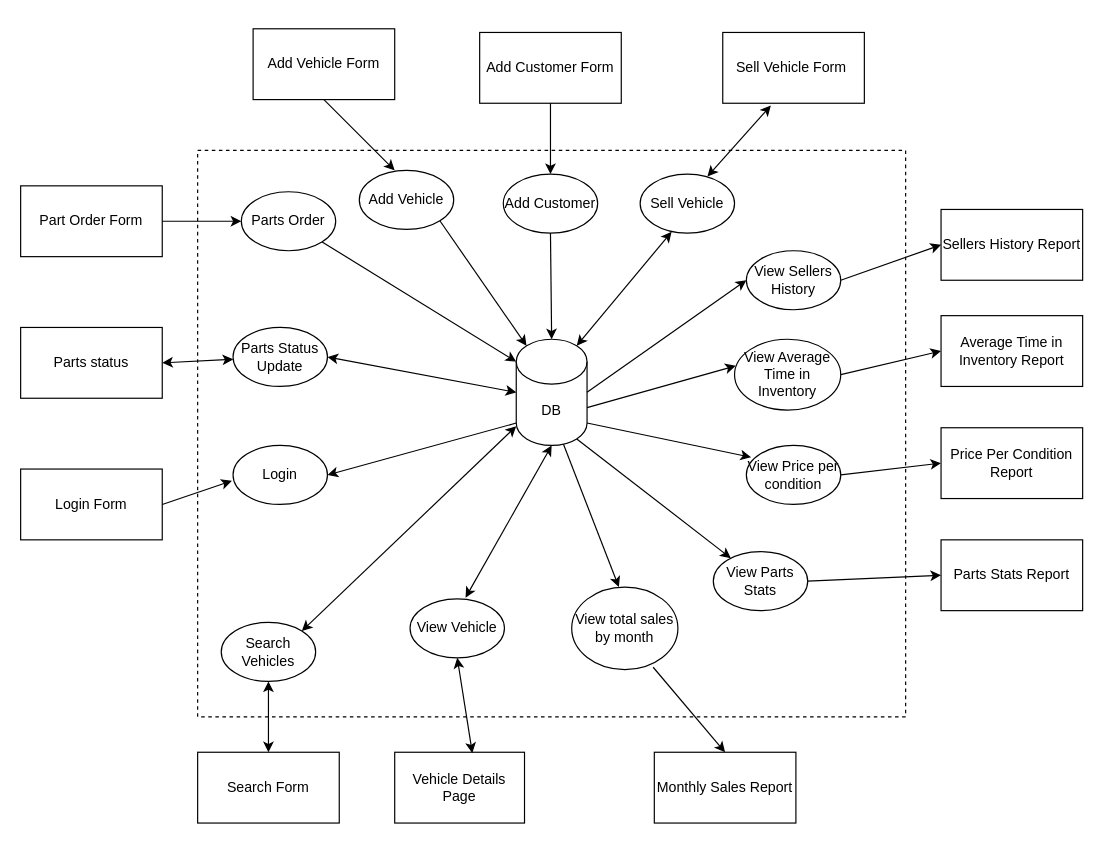
Above: Phase_1/team006_p1_ifd.drawio in rkang427/autodb (draw.io), before the change. Source tidied: cells renumbered, new cells numbered last; positions are measured from the earlier drawing's top-left corner, leaving out a move shared by most shapes. Both pictures are drawn from the tidied source at 118%, with x=0, y=0 at pixel (20, 28).
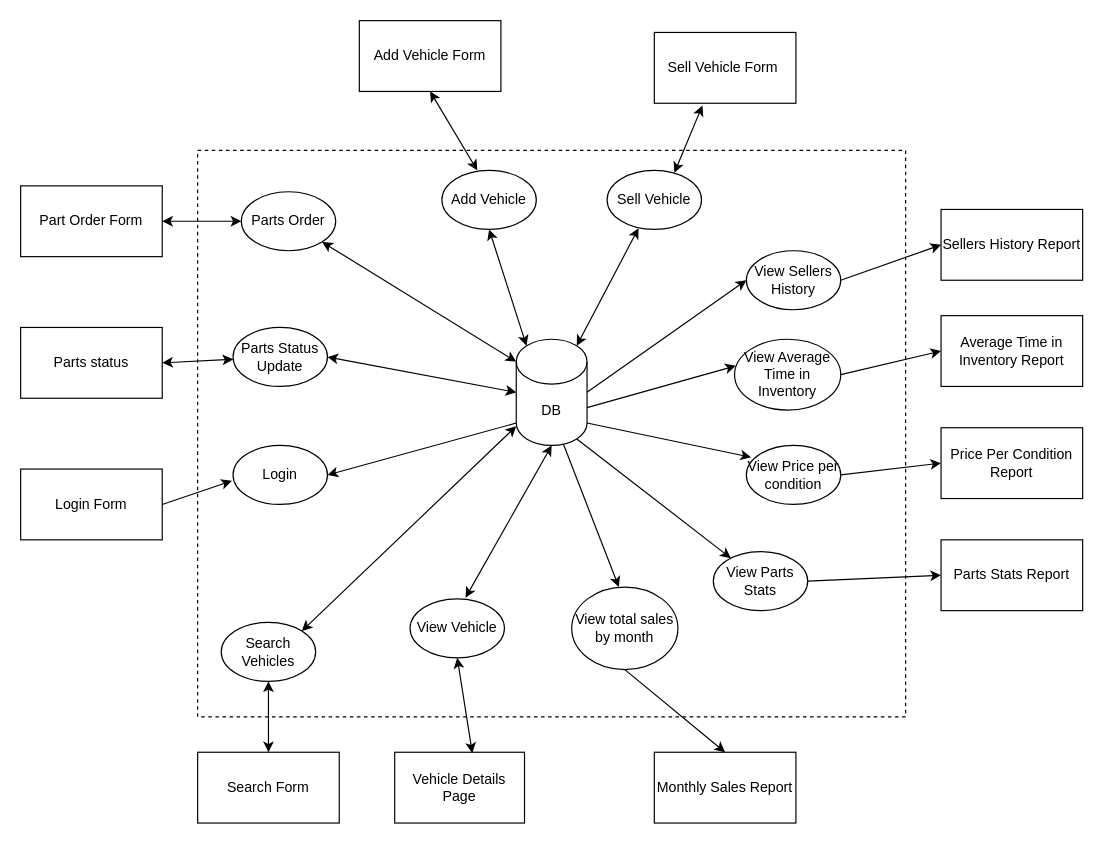
After the change.

Commit message (it also covers changes not shown here):
remove Add Customer as a subtask, also added double pointers to/from database

The change refers to these unchanged cells:
```xml
<mxCell id="2" value="DB" style="shape=cylinder3;whiteSpace=wrap;html=1;boundedLbl=1;backgroundOutline=1;size=19;" parent="1" vertex="1">
  <mxGeometry x="420" y="263" width="60" height="90" as="geometry" />
</mxCell>
<mxCell id="9" value="Part Order Form" style="rounded=0;whiteSpace=wrap;html=1;" parent="1" vertex="1">
  <mxGeometry y="133" width="120" height="60" as="geometry" />
</mxCell>
<mxCell id="10" value="Parts Order" style="ellipse;whiteSpace=wrap;html=1;" parent="1" vertex="1">
  <mxGeometry x="187" y="138" width="80" height="50" as="geometry" />
</mxCell>
<mxCell id="48" value="View total sales by month" style="ellipse;whiteSpace=wrap;html=1;" parent="1" vertex="1">
  <mxGeometry x="467" y="473" width="90" height="70" as="geometry" />
</mxCell>
<mxCell id="49" value="Monthly Sales Report" style="rounded=0;whiteSpace=wrap;html=1;" parent="1" vertex="1">
  <mxGeometry x="537" y="613" width="120" height="60" as="geometry" />
</mxCell>
```

Diff of the diagram source:
```diff
@@
-    <mxCell id="11" style="endArrow=classic;html=1;rounded=0;exitX=1;exitY=0.5;exitDx=0;exitDy=0;entryX=0;entryY=0.5;entryDx=0;entryDy=0;" parent="1" edge="1" source="9" target="10">
+    <mxCell id="11" style="endArrow=classic;html=1;rounded=0;exitX=1;exitY=0.5;exitDx=0;exitDy=0;entryX=0;entryY=0.5;entryDx=0;entryDy=0;startArrow=classic;startFill=1;" parent="1" edge="1" source="9" target="10">
       <mxGeometry relative="1" as="geometry" />
     </mxCell>
     <mxCell id="12" value="Add Vehicle Form" style="rounded=0;whiteSpace=wrap;html=1;" parent="1" vertex="1">
-      <mxGeometry x="197" y="-0.1" width="120" height="60" as="geometry" />
+      <mxGeometry x="287" y="-7" width="120" height="60" as="geometry" />
     </mxCell>
     <mxCell id="13" value="Add Vehicle" style="ellipse;whiteSpace=wrap;html=1;" parent="1" vertex="1">
-      <mxGeometry x="287" y="119.9" width="80" height="50" as="geometry" />
+      <mxGeometry x="357" y="119.9" width="80" height="50" as="geometry" />
     </mxCell>
-    <mxCell id="14" style="endArrow=classic;html=1;rounded=0;exitX=0.5;exitY=1;exitDx=0;exitDy=0;entryX=0.375;entryY=0;entryDx=0;entryDy=0;entryPerimeter=0;" parent="1" edge="1" source="12" target="13">
+    <mxCell id="14" style="endArrow=classic;html=1;rounded=0;exitX=0.5;exitY=1;exitDx=0;exitDy=0;entryX=0.375;entryY=0;entryDx=0;entryDy=0;entryPerimeter=0;startArrow=classic;startFill=1;" parent="1" edge="1" source="12" target="13">
       <mxGeometry relative="1" as="geometry" />
     </mxCell>
-    <mxCell id="15" style="endArrow=classic;html=1;rounded=0;exitX=1;exitY=1;exitDx=0;exitDy=0;entryX=0.145;entryY=0;entryDx=0;entryDy=5.51;entryPerimeter=0;" parent="1" edge="1" source="13" target="2">
+    <mxCell id="15" style="endArrow=classic;html=1;rounded=0;entryX=0.145;entryY=0;entryDx=0;entryDy=5.51;entryPerimeter=0;startArrow=classic;startFill=1;exitX=0.5;exitY=1;exitDx=0;exitDy=0;" parent="1" edge="1" source="13" target="2">
       <mxGeometry relative="1" as="geometry" />
     </mxCell>
     <mxCell id="16" value="Sell Vehicle Form&amp;nbsp;" style="rounded=0;whiteSpace=wrap;html=1;" parent="1" vertex="1">
-      <mxGeometry x="595" y="3" width="120" height="60" as="geometry" />
+      <mxGeometry x="537" y="3" width="120" height="60" as="geometry" />
     </mxCell>
     <mxCell id="17" value="Sell Vehicle" style="ellipse;whiteSpace=wrap;html=1;" parent="1" vertex="1">
-      <mxGeometry x="525" y="123" width="80" height="50" as="geometry" />
+      <mxGeometry x="497" y="119.9" width="80" height="50" as="geometry" />
     </mxCell>
@@
-    <mxCell id="39" style="endArrow=classic;html=1;rounded=0;entryX=0;entryY=0;entryDx=0;entryDy=19;entryPerimeter=0;" parent="1" edge="1" source="10" target="2">
+    <mxCell id="39" style="endArrow=classic;html=1;rounded=0;entryX=0;entryY=0;entryDx=0;entryDy=19;entryPerimeter=0;startArrow=classic;startFill=1;" parent="1" edge="1" source="10" target="2">
       <mxGeometry relative="1" as="geometry" />
     </mxCell>
@@
-    <mxCell id="50" style="endArrow=classic;html=1;rounded=0;exitX=0.767;exitY=0.971;exitDx=0;exitDy=0;entryX=0.5;entryY=0;entryDx=0;entryDy=0;exitPerimeter=0;" parent="1" edge="1" source="48" target="49">
+    <mxCell id="50" style="endArrow=classic;html=1;rounded=0;exitX=0.5;exitY=1;exitDx=0;exitDy=0;entryX=0.5;entryY=0;entryDx=0;entryDy=0;" parent="1" edge="1" source="48" target="49">
       <mxGeometry relative="1" as="geometry" />
     </mxCell>
@@
-    <mxCell id="52" value="Add Customer Form" style="rounded=0;whiteSpace=wrap;html=1;" parent="1" vertex="1">
-      <mxGeometry x="389" y="3" width="120" height="60" as="geometry" />
-    </mxCell>
-    <mxCell id="53" value="Add Customer" style="ellipse;whiteSpace=wrap;html=1;" parent="1" vertex="1">
-      <mxGeometry x="409" y="123" width="80" height="50" as="geometry" />
-    </mxCell>
-    <mxCell id="54" style="endArrow=classic;html=1;rounded=0;exitX=0.5;exitY=1;exitDx=0;exitDy=0;entryX=0.5;entryY=0;entryDx=0;entryDy=0;entryPerimeter=0;" parent="1" edge="1" source="53" target="2">
-      <mxGeometry relative="1" as="geometry" />
-    </mxCell>
-    <mxCell id="55" style="endArrow=classic;html=1;rounded=0;exitX=0.5;exitY=1;exitDx=0;exitDy=0;entryX=0.5;entryY=0;entryDx=0;entryDy=0;" parent="1" edge="1" source="52" target="53">
-      <mxGeometry relative="1" as="geometry" />
-    </mxCell>
```
